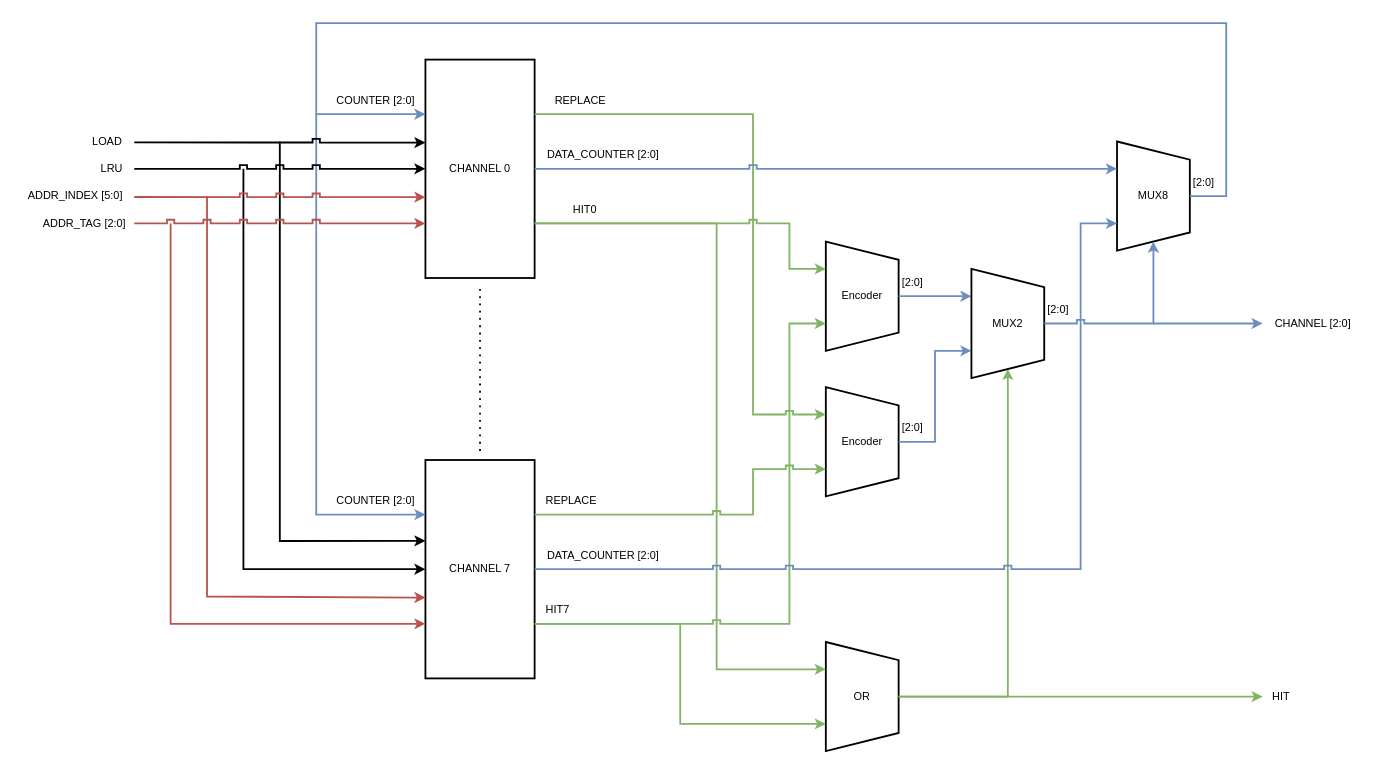
The draw.io diagram page "tag-memory-arch" (5 of 9) of cache-memory/docs/cache-memory.drawio in Necroin/mephi, before the edit. Source tidied: cells renumbered, new cells numbered last; positions are measured from the earlier drawing's top-left corner, leaving out a move shared by most shapes. Both pictures are drawn from the tidied source at 91%, with x=0, y=0 at pixel (15, 23).
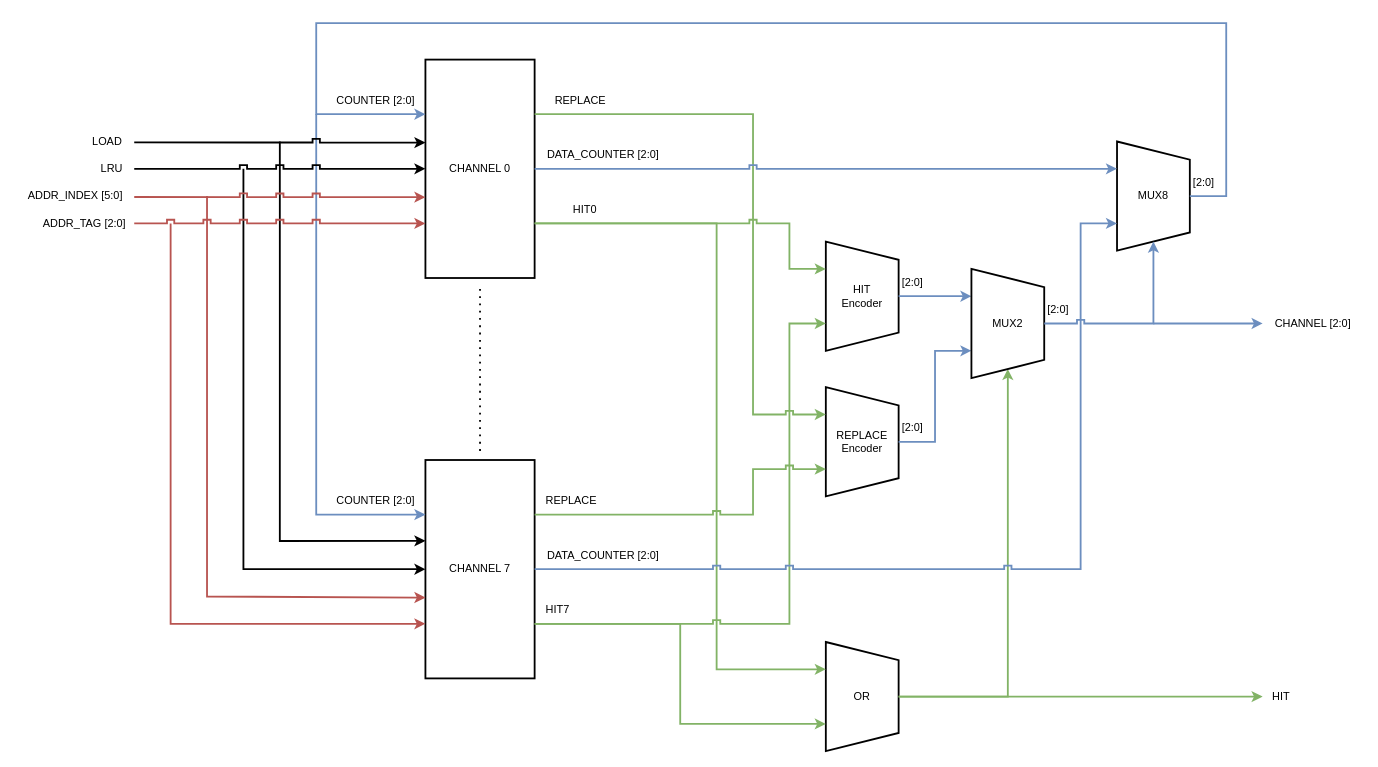
The same diagram, later.

Diff of the diagram source:
```diff
@@
-    <mxCell id="7" value="Encoder" style="shape=trapezoid;perimeter=trapezoidPerimeter;whiteSpace=wrap;html=1;fixedSize=1;direction=south;strokeWidth=2;" parent="1" vertex="1">
+    <mxCell id="7" value="HIT&lt;br&gt;Encoder" style="shape=trapezoid;perimeter=trapezoidPerimeter;whiteSpace=wrap;html=1;fixedSize=1;direction=south;strokeWidth=2;" parent="1" vertex="1">
       <mxGeometry x="890" y="240" width="80" height="120" as="geometry" />
     </mxCell>
@@
-    <mxCell id="23" value="Encoder" style="shape=trapezoid;perimeter=trapezoidPerimeter;whiteSpace=wrap;html=1;fixedSize=1;direction=south;strokeWidth=2;" parent="1" vertex="1">
+    <mxCell id="23" value="REPLACE&lt;br&gt;Encoder" style="shape=trapezoid;perimeter=trapezoidPerimeter;whiteSpace=wrap;html=1;fixedSize=1;direction=south;strokeWidth=2;" parent="1" vertex="1">
       <mxGeometry x="890" y="400" width="80" height="120" as="geometry" />
     </mxCell>
```
